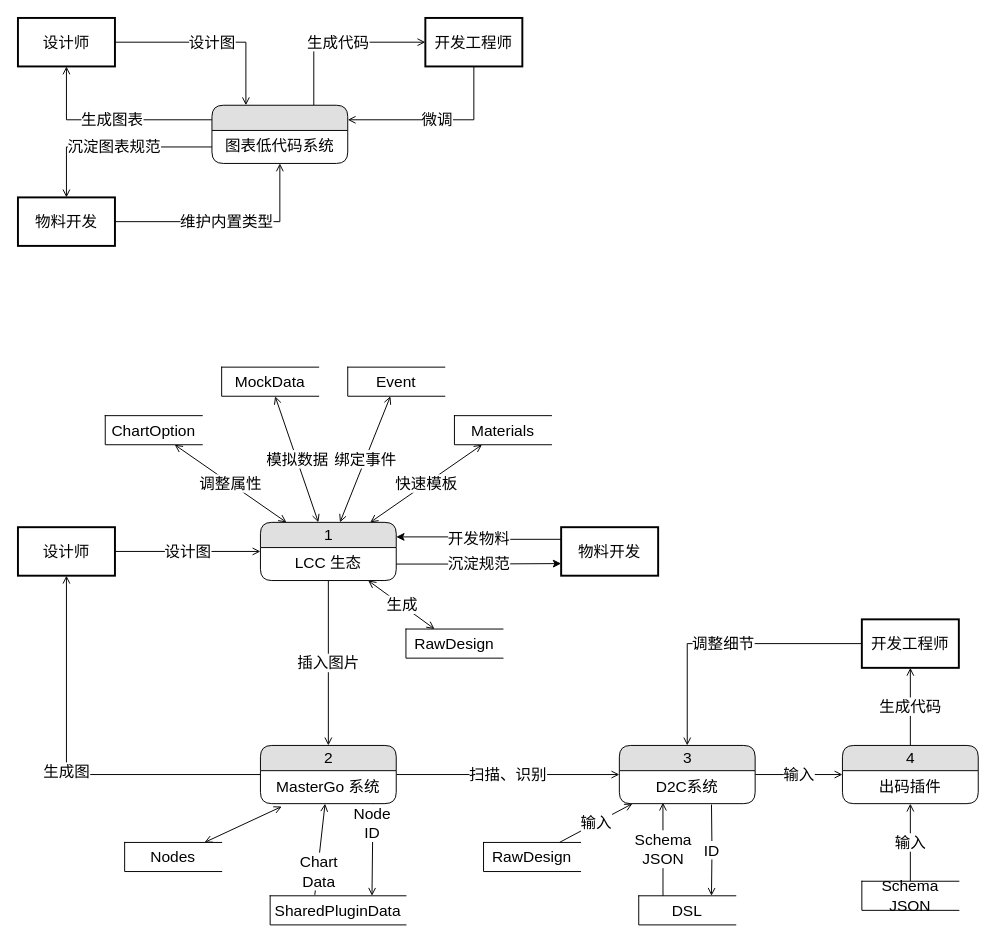
zhuoooo/doodles keeps this draw.io diagram as page "数据流图" (4 of 12) of lowCode/lc.drawio. Above is the earlier version. Source tidied: cells renumbered, new cells numbered last; positions are measured from the earlier drawing's top-left corner, leaving out a move shared by most shapes. Both pictures are drawn from the tidied source at 97%, with x=0, y=0 at pixel (17, 17).
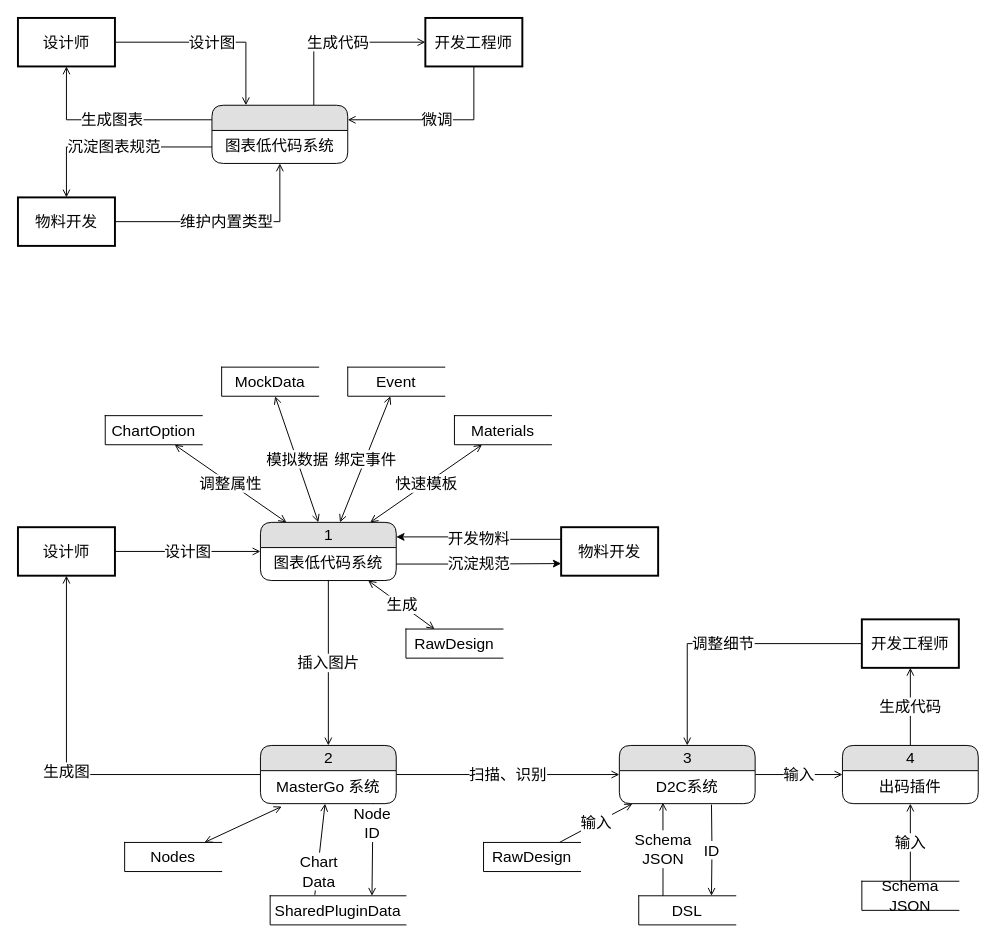
The same page after the edit.

Unchanged cells that the change refers to:
```xml
<mxCell id="26" value="1" style="swimlane;html=1;fontStyle=0;horizontal=1;startSize=26;fillColor=#e0e0e0;swimlaneFillColor=#ffffff;align=center;rounded=1;shadow=0;comic=0;labelBackgroundColor=none;strokeWidth=1;fontFamily=微软雅黑;fontSize=16;" parent="1" vertex="1">
  <mxGeometry x="250" y="520" width="140" height="60" as="geometry" />
</mxCell>
```

Change to the diagram source:
```diff
@@
-    <mxCell id="27" value="LCC 生态" style="text;html=1;strokeColor=none;fillColor=none;spacingLeft=4;spacingRight=4;whiteSpace=wrap;overflow=hidden;points=[[0,0.5],[1,0.5]];portConstraint=eastwest;align=center;fontSize=16;fontFamily=微软雅黑;" parent="26" vertex="1">
+    <mxCell id="27" value="图表低代码系统" style="text;html=1;strokeColor=none;fillColor=none;spacingLeft=4;spacingRight=4;whiteSpace=wrap;overflow=hidden;points=[[0,0.5],[1,0.5]];portConstraint=eastwest;align=center;fontSize=16;fontFamily=微软雅黑;" parent="26" vertex="1">
       <mxGeometry y="26" width="140" height="34" as="geometry" />
     </mxCell>
```
